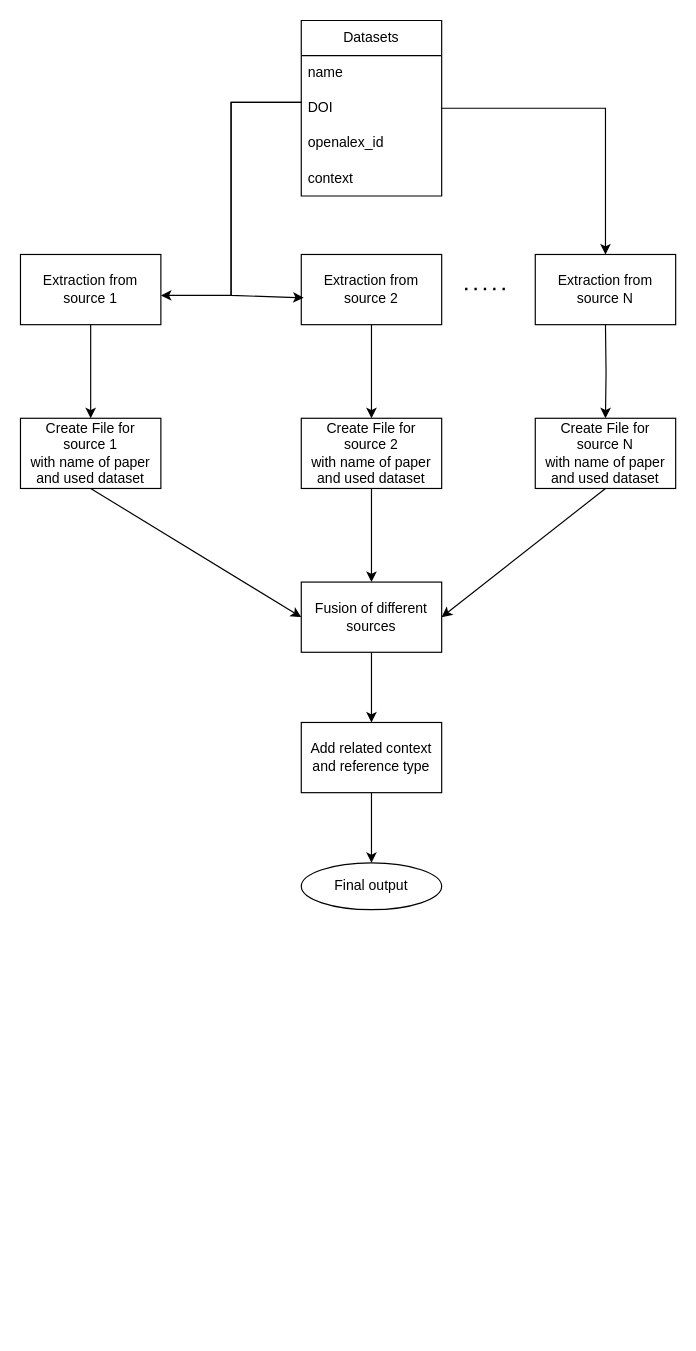
This is ressources/flowchart_raw_database.drawio from TheoSourget/DDSA_Sourget, a draw.io file, before an edit. Source tidied: cells renumbered, new cells numbered last; positions are measured from the earlier drawing's top-left corner, leaving out a move shared by most shapes. Both pictures are drawn from the tidied source at 117%, with x=0, y=0 at pixel (20, 20).
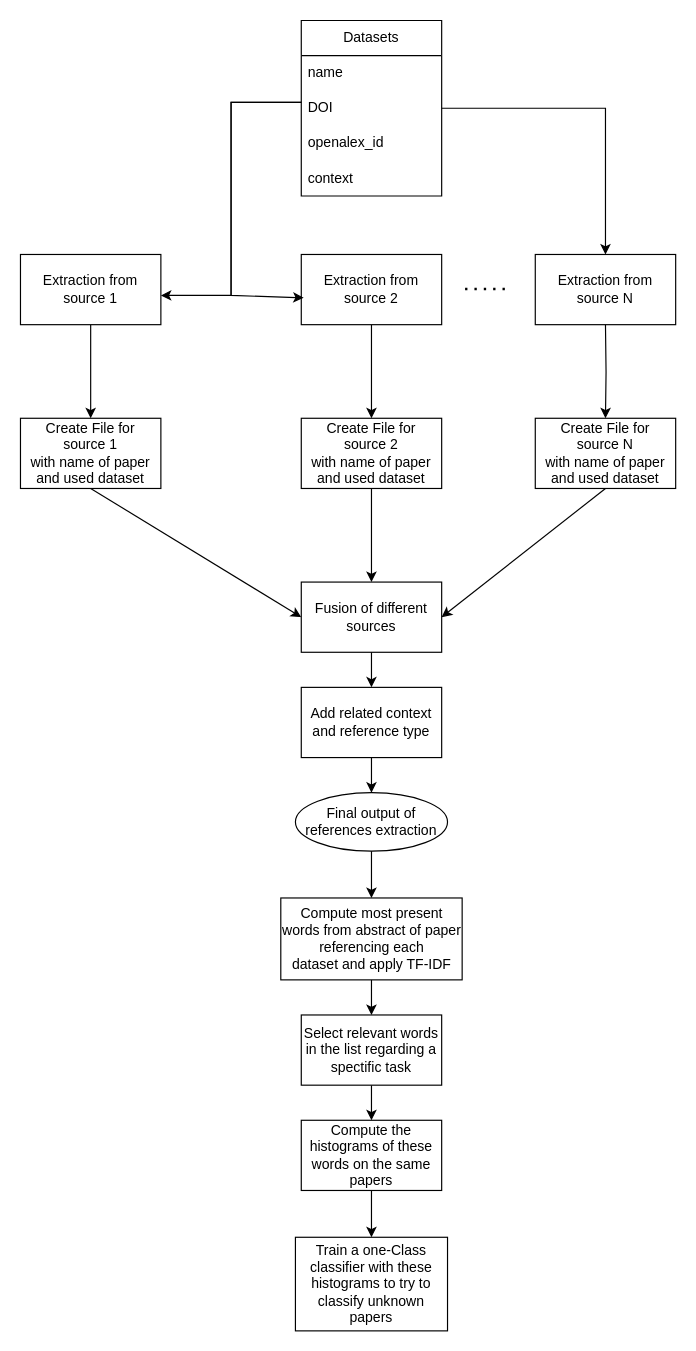
The same page after the edit.

Change to the diagram source:
```diff
@@
     <mxCell id="25" value="Add related context and reference type" style="rounded=0;whiteSpace=wrap;html=1;" parent="1" vertex="1">
-      <mxGeometry x="240" y="600" width="120" height="60" as="geometry" />
+      <mxGeometry x="240" y="570" width="120" height="60" as="geometry" />
     </mxCell>
-    <mxCell id="26" value="Final output" style="ellipse;whiteSpace=wrap;html=1;" parent="1" vertex="1">
-      <mxGeometry x="240" y="720" width="120" height="40" as="geometry" />
+    <mxCell id="26" value="Final output of references extraction" style="ellipse;whiteSpace=wrap;html=1;" parent="1" vertex="1">
+      <mxGeometry x="235" y="660" width="130" height="50" as="geometry" />
     </mxCell>
@@
+    <mxCell id="28" style="endArrow=classic;html=1;rounded=0;exitX=0.5;exitY=1;exitDx=0;exitDy=0;" parent="1" edge="1" source="26" target="30">
+      <mxGeometry relative="1" as="geometry" />
+    </mxCell>
+    <mxCell id="29" style="edgeStyle=orthogonalEdgeStyle;rounded=0;jettySize=auto;html=1;" parent="1" edge="1" source="30" target="32">
+      <mxGeometry relative="1" as="geometry" />
+    </mxCell>
+    <mxCell id="30" value="&lt;div&gt;Compute most present words from abstract of paper referencing each&lt;/div&gt;&lt;div&gt;dataset and apply TF-IDF&lt;br&gt;&lt;/div&gt;" style="rounded=0;whiteSpace=wrap;html=1;" parent="1" vertex="1">
+      <mxGeometry x="222.5" y="750" width="155" height="70" as="geometry" />
+    </mxCell>
+    <mxCell id="31" style="edgeStyle=orthogonalEdgeStyle;rounded=0;jettySize=auto;html=1;" parent="1" edge="1" source="32" target="34">
+      <mxGeometry relative="1" as="geometry" />
+    </mxCell>
+    <mxCell id="32" value="Select relevant words in the list regarding a spectific task" style="rounded=0;whiteSpace=wrap;html=1;" parent="1" vertex="1">
+      <mxGeometry x="240" y="850" width="120" height="60" as="geometry" />
+    </mxCell>
+    <mxCell id="33" style="edgeStyle=orthogonalEdgeStyle;rounded=0;jettySize=auto;html=1;" parent="1" edge="1" source="34" target="35">
+      <mxGeometry relative="1" as="geometry" />
+    </mxCell>
+    <mxCell id="34" value="Compute the histograms of these words on the same papers" style="rounded=0;whiteSpace=wrap;html=1;" parent="1" vertex="1">
+      <mxGeometry x="240" y="940" width="120" height="60" as="geometry" />
+    </mxCell>
+    <mxCell id="35" value="Train a one-Class classifier with these histograms to try to classify unknown papers" style="rounded=0;whiteSpace=wrap;html=1;" parent="1" vertex="1">
+      <mxGeometry x="235" y="1040" width="130" height="80" as="geometry" />
+    </mxCell>
```
